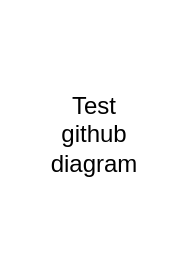
The draw.io diagram docs/technical/ANNOPHIS - system design documentation.drawio in GhentCDH/annophis, before the edit. Source tidied: cells renumbered, new cells numbered last; positions are measured from the earlier drawing's top-left corner, leaving out a move shared by most shapes. Both pictures are drawn from the tidied source at 200%, with x=0, y=0 at pixel (34, 104).
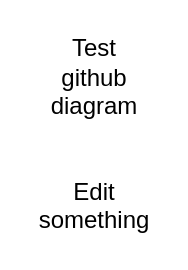
The same page after the edit.

What changed in the source:
```diff
@@
 <mxGraphModel>
   <root>
     <mxCell id="0" />
     <mxCell id="1" parent="0" />
-    <mxCell id="2" value="Test github diagram" style="text;html=1;align=center;verticalAlign=middle;whiteSpace=wrap;rounded=0;" parent="1" vertex="1">
+    <mxCell id="2" value="Test github diagram&lt;div&gt;&lt;br&gt;&lt;/div&gt;&lt;div&gt;&lt;br&gt;&lt;/div&gt;&lt;div&gt;Edit something&lt;/div&gt;" style="text;html=1;align=center;verticalAlign=middle;whiteSpace=wrap;rounded=0;" parent="1" vertex="1">
       <mxGeometry width="60" height="30" as="geometry" />
     </mxCell>
   </root>
 </mxGraphModel>
```
